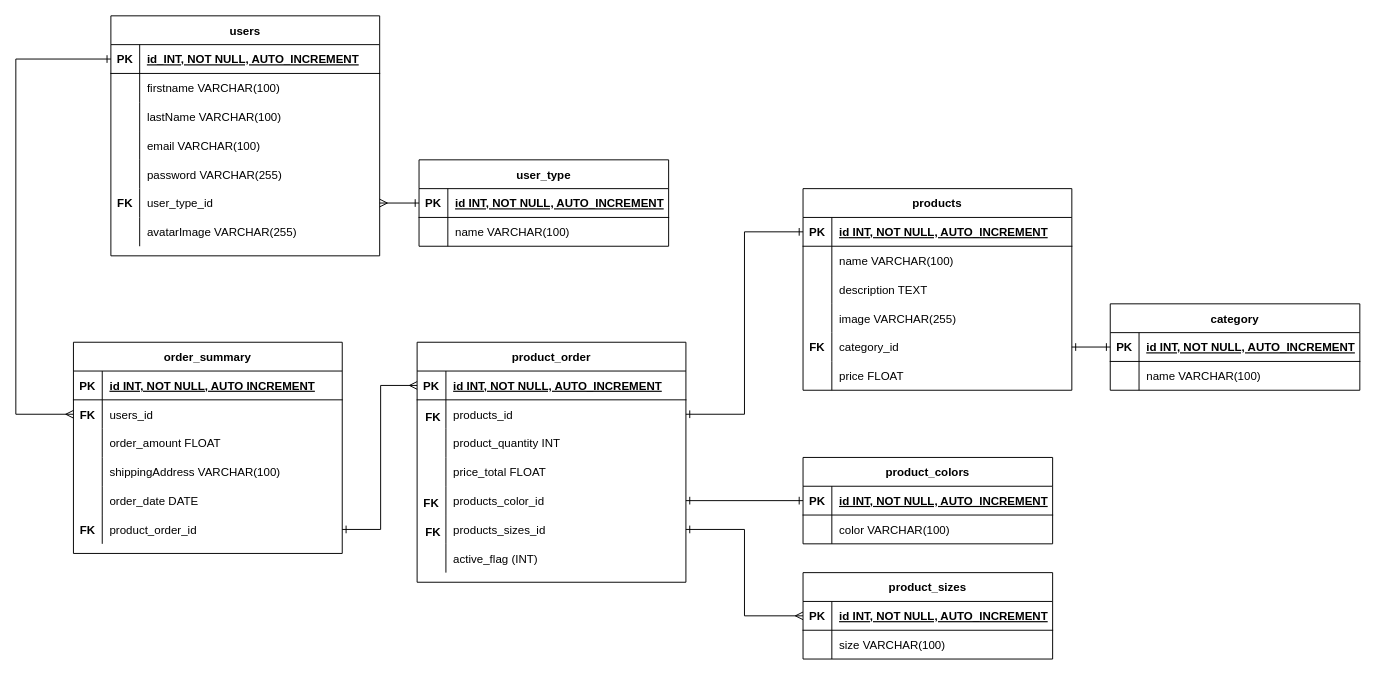
This is dbOldmilanoSQL/diagrama de realaciones.drawio from lucasrod1/grupo_10_ecommerce, a draw.io file, before an edit. Source tidied: cells renumbered, new cells numbered last; positions are measured from the earlier drawing's top-left corner, leaving out a move shared by most shapes. Both pictures are drawn from the tidied source at 96%, with x=0, y=0 at pixel (15, -81).
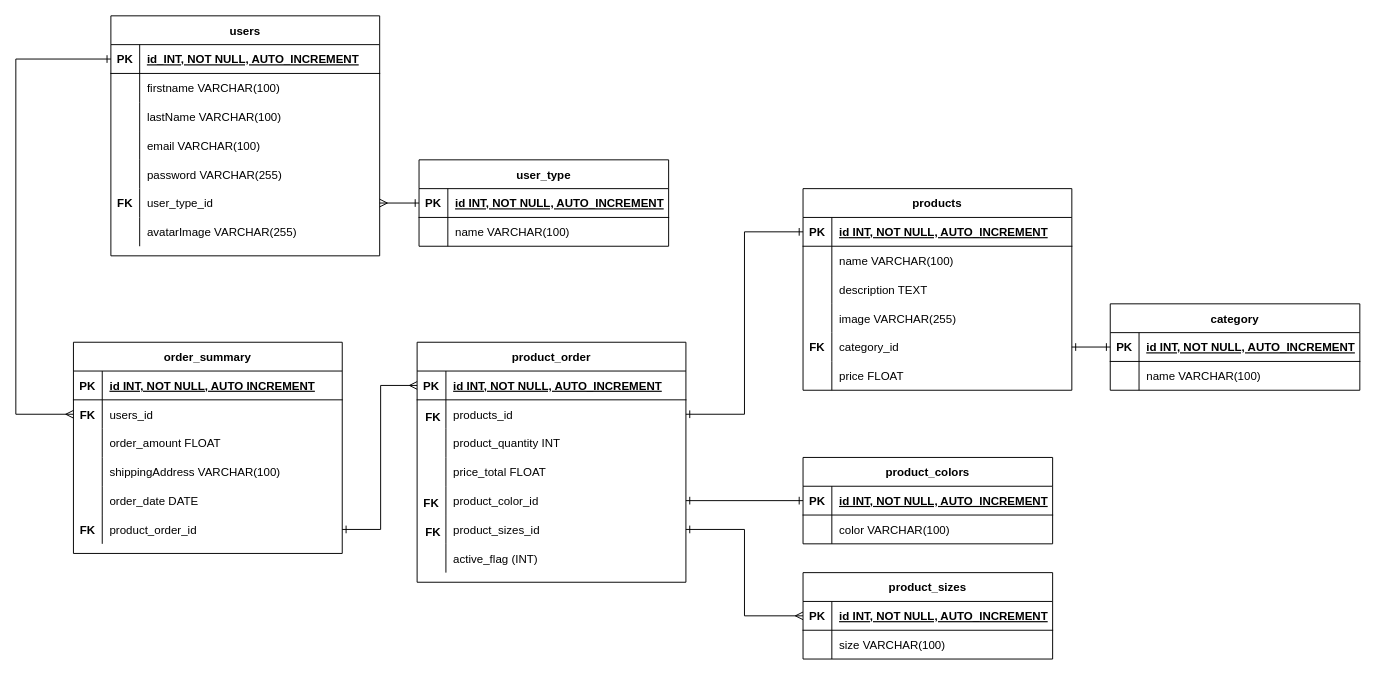
The same diagram, later.

Unchanged cells that the change refers to:
```xml
<mxCell id="69" style="shape=partialRectangle;fillColor=none;top=0;left=0;bottom=0;right=0;points=[[0,0.5],[1,0.5]];portConstraint=eastwest;" parent="56" vertex="1">
  <mxGeometry y="150" width="280" height="30" as="geometry" />
</mxCell>
<mxCell id="72" style="shape=partialRectangle;fillColor=none;top=0;left=0;bottom=0;right=0;points=[[0,0.5],[1,0.5]];portConstraint=eastwest;" parent="56" vertex="1">
  <mxGeometry y="180" width="280" height="30" as="geometry" />
</mxCell>
```

The edit, as a diff of the source:
```diff
@@
-    <mxCell id="71" value="products_color_id" style="shape=partialRectangle;fillColor=none;top=0;left=0;bottom=0;right=0;align=left;spacingLeft=6;overflow=hidden;" parent="69" vertex="1">
+    <mxCell id="71" value="product_color_id" style="shape=partialRectangle;fillColor=none;top=0;left=0;bottom=0;right=0;align=left;spacingLeft=6;overflow=hidden;" parent="69" vertex="1">
       <mxGeometry x="30" width="250" height="30" as="geometry" />
     </mxCell>
@@
-    <mxCell id="74" value="products_sizes_id" style="shape=partialRectangle;fillColor=none;top=0;left=0;bottom=0;right=0;align=left;spacingLeft=6;overflow=hidden;" parent="72" vertex="1">
+    <mxCell id="74" value="product_sizes_id" style="shape=partialRectangle;fillColor=none;top=0;left=0;bottom=0;right=0;align=left;spacingLeft=6;overflow=hidden;" parent="72" vertex="1">
       <mxGeometry x="30" width="250" height="30" as="geometry" />
     </mxCell>
```
